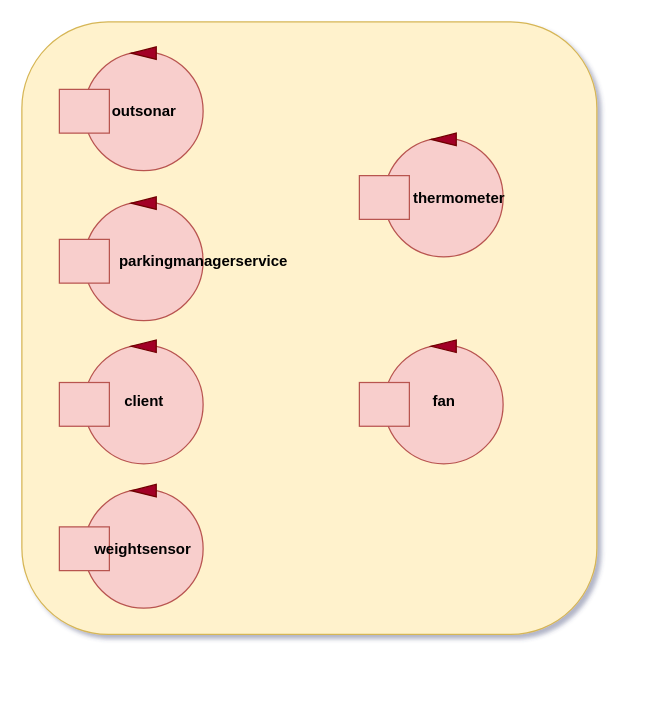
Earlier version of the draw.io diagram Automated_Car_Parking/sprint_3/it.unibo.ParkManagerService_s3/userDocs/actors.drawio (LeoManto/Mantovani_Leonardo). Source tidied: cells renumbered, new cells numbered last; positions are measured from the earlier drawing's top-left corner, leaving out a move shared by most shapes. Both pictures are drawn from the tidied source at 125%, with x=0, y=0 at pixel (21, 21).
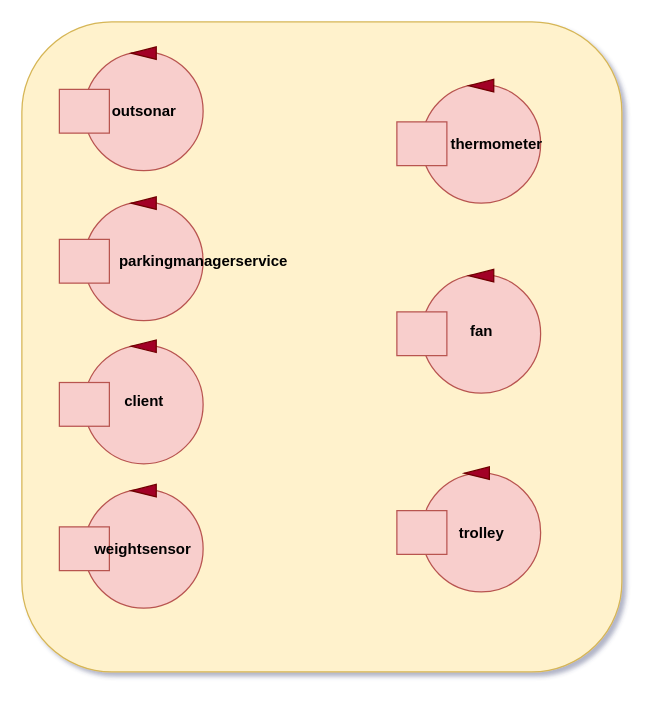
Above is the later version.

The edit, as a diff of the source:
```diff
@@
     <mxCell id="2" style="rounded=1;whiteSpace=wrap;html=1;fillColor=#fff2cc;strokeColor=#d6b656;" parent="1" vertex="1">
-      <mxGeometry width="460" height="490" as="geometry" />
+      <mxGeometry width="480" height="520" as="geometry" />
     </mxCell>
@@
     <mxCell id="19" style="ellipse;whiteSpace=wrap;html=1;fillColor=#f8cecc;strokeColor=#b85450;" parent="1" vertex="1">
-      <mxGeometry x="290" y="93" width="95" height="95" as="geometry" />
+      <mxGeometry x="320" y="50" width="95" height="95" as="geometry" />
     </mxCell>
     <mxCell id="20" value="&lt;b&gt;thermometer&lt;/b&gt;" style="text;html=1;strokeColor=none;fillColor=none;align=center;verticalAlign=middle;whiteSpace=wrap;rounded=0;" parent="1" vertex="1">
-      <mxGeometry x="330" y="132.8" width="40" height="15.5" as="geometry" />
+      <mxGeometry x="360" y="89.8" width="40" height="15.5" as="geometry" />
     </mxCell>
     <mxCell id="21" style="rounded=0;whiteSpace=wrap;html=1;fillColor=#f8cecc;strokeColor=#b85450;" parent="1" vertex="1">
-      <mxGeometry x="270" y="123" width="40" height="35" as="geometry" />
+      <mxGeometry x="300" y="80" width="40" height="35" as="geometry" />
     </mxCell>
     <mxCell id="22" style="triangle;whiteSpace=wrap;html=1;rotation=-180;fillColor=#a20025;strokeColor=#6F0000;fontColor=#ffffff;" parent="1" vertex="1">
-      <mxGeometry x="327.5" y="89" width="20" height="10" as="geometry" />
+      <mxGeometry x="357.5" y="46" width="20" height="10" as="geometry" />
     </mxCell>
     <mxCell id="23" style="ellipse;whiteSpace=wrap;html=1;fillColor=#f8cecc;strokeColor=#b85450;" parent="1" vertex="1">
-      <mxGeometry x="290" y="258.5" width="95" height="95" as="geometry" />
+      <mxGeometry x="320" y="202" width="95" height="95" as="geometry" />
     </mxCell>
     <mxCell id="24" value="&lt;b&gt;fan&lt;/b&gt;" style="text;html=1;strokeColor=none;fillColor=none;align=center;verticalAlign=middle;whiteSpace=wrap;rounded=0;" parent="1" vertex="1">
-      <mxGeometry x="318" y="296.5" width="40" height="15.5" as="geometry" />
+      <mxGeometry x="348" y="240" width="40" height="15.5" as="geometry" />
     </mxCell>
     <mxCell id="25" style="rounded=0;whiteSpace=wrap;html=1;fillColor=#f8cecc;strokeColor=#b85450;" parent="1" vertex="1">
-      <mxGeometry x="270" y="288.5" width="40" height="35" as="geometry" />
+      <mxGeometry x="300" y="232" width="40" height="35" as="geometry" />
     </mxCell>
     <mxCell id="26" style="triangle;whiteSpace=wrap;html=1;rotation=-180;fillColor=#a20025;strokeColor=#6F0000;fontColor=#ffffff;" parent="1" vertex="1">
-      <mxGeometry x="327.5" y="254.5" width="20" height="10" as="geometry" />
+      <mxGeometry x="357.5" y="198" width="20" height="10" as="geometry" />
     </mxCell>
+    <mxCell id="27" style="ellipse;whiteSpace=wrap;html=1;fillColor=#f8cecc;strokeColor=#b85450;" parent="1" vertex="1">
+      <mxGeometry x="320" y="361" width="95" height="95" as="geometry" />
+    </mxCell>
+    <mxCell id="28" style="rounded=0;whiteSpace=wrap;html=1;fillColor=#f8cecc;strokeColor=#b85450;" parent="1" vertex="1">
+      <mxGeometry x="300" y="391" width="40" height="35" as="geometry" />
+    </mxCell>
+    <mxCell id="29" style="triangle;whiteSpace=wrap;html=1;rotation=-180;fillColor=#a20025;strokeColor=#6F0000;fontColor=#ffffff;" parent="1" vertex="1">
+      <mxGeometry x="354" y="356" width="20" height="10" as="geometry" />
+    </mxCell>
+    <mxCell id="30" value="&lt;b&gt;trolley&lt;/b&gt;" style="text;html=1;strokeColor=none;fillColor=none;align=center;verticalAlign=middle;whiteSpace=wrap;rounded=0;" parent="1" vertex="1">
+      <mxGeometry x="348" y="399" width="40" height="20" as="geometry" />
+    </mxCell>
```
